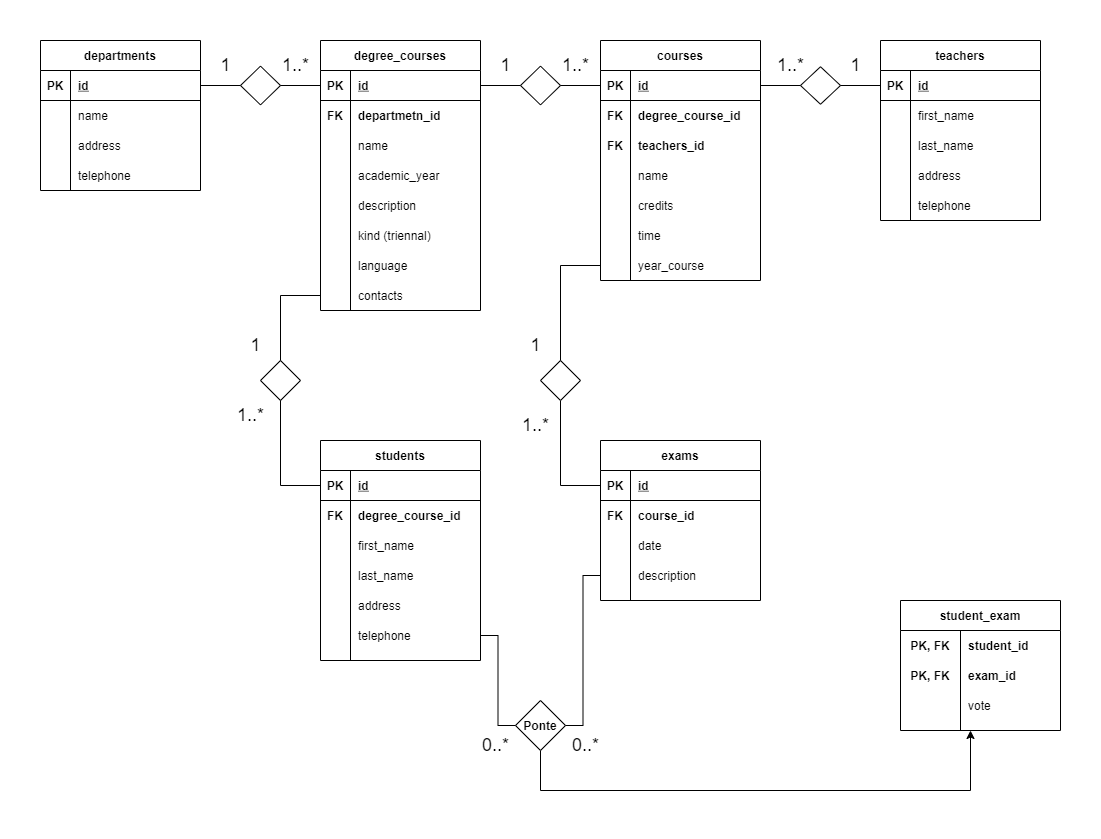
The draw.io diagram diagramma.png in MascarBone/db-university, before a commit. Source tidied: cells renumbered, new cells last; positions are measured from the earlier drawing's top-left corner, leaving out a move shared by most shapes.
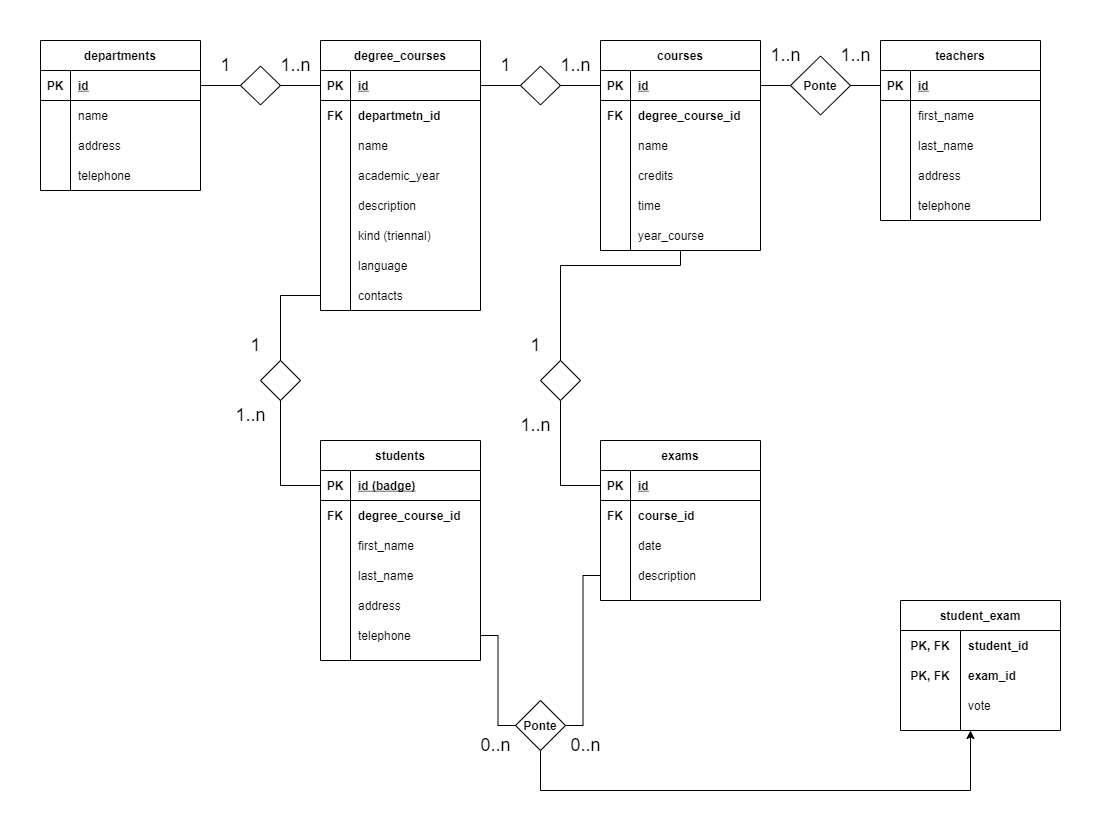
Above is the later version.

Commit message:
img update and txt queries

Diff of the diagram source:
```diff
@@ -117,7 +117,7 @@
       <mxGeometry x="30" width="130" height="30" as="geometry" />
     </mxCell>
     <mxCell id="40" value="courses" style="shape=table;startSize=30;rowLines=0;fontStyle=1;align=center;" parent="1" vertex="1">
-      <mxGeometry x="560" width="160" height="240" as="geometry" />
+      <mxGeometry x="560" width="160" height="210" as="geometry" />
     </mxCell>
     <mxCell id="41" style="shape=partialRectangle;fillColor=none;top=0;left=0;bottom=1;right=0;points=[[0,0.5],[1,0.5]];portConstraint=eastwest;" parent="40" vertex="1">
       <mxGeometry y="30" width="160" height="30" as="geometry" />
@@ -137,17 +137,8 @@
     <mxCell id="46" value="degree_course_id" style="shape=partialRectangle;fillColor=none;top=0;left=0;bottom=0;right=0;align=left;spacingLeft=6;overflow=hidden;fontStyle=1;" parent="44" vertex="1">
       <mxGeometry x="30" width="130" height="30" as="geometry" />
     </mxCell>
-    <mxCell id="47" style="shape=partialRectangle;fillColor=none;top=0;left=0;bottom=0;right=0;" parent="40" vertex="1">
-      <mxGeometry y="90" width="160" height="30" as="geometry" />
-    </mxCell>
-    <mxCell id="48" value="FK" style="shape=partialRectangle;fillColor=none;top=0;left=0;bottom=0;right=0;overflow=hidden;fontStyle=1;" parent="47" vertex="1">
-      <mxGeometry width="30" height="30" as="geometry" />
-    </mxCell>
-    <mxCell id="49" value="teachers_id" style="shape=partialRectangle;fillColor=none;top=0;left=0;bottom=0;right=0;align=left;spacingLeft=6;overflow=hidden;fontStyle=1;" parent="47" vertex="1">
-      <mxGeometry x="30" width="130" height="30" as="geometry" />
-    </mxCell>
     <mxCell id="50" style="shape=partialRectangle;fillColor=none;top=0;left=0;bottom=0;right=0;" parent="40" vertex="1">
-      <mxGeometry y="120" width="160" height="30" as="geometry" />
+      <mxGeometry y="90" width="160" height="30" as="geometry" />
     </mxCell>
     <mxCell id="51" style="shape=partialRectangle;fillColor=none;top=0;left=0;bottom=0;right=0;overflow=hidden;" parent="50" vertex="1">
       <mxGeometry width="30" height="30" as="geometry" />
@@ -156,7 +147,7 @@
       <mxGeometry x="30" width="130" height="30" as="geometry" />
     </mxCell>
     <mxCell id="53" style="shape=partialRectangle;fillColor=none;top=0;left=0;bottom=0;right=0;" parent="40" vertex="1">
-      <mxGeometry y="150" width="160" height="30" as="geometry" />
+      <mxGeometry y="120" width="160" height="30" as="geometry" />
     </mxCell>
     <mxCell id="54" style="shape=partialRectangle;fillColor=none;top=0;left=0;bottom=0;right=0;overflow=hidden;" parent="53" vertex="1">
       <mxGeometry width="30" height="30" as="geometry" />
@@ -165,7 +156,7 @@
       <mxGeometry x="30" width="130" height="30" as="geometry" />
     </mxCell>
     <mxCell id="56" style="shape=partialRectangle;fillColor=none;top=0;left=0;bottom=0;right=0;" parent="40" vertex="1">
-      <mxGeometry y="180" width="160" height="30" as="geometry" />
+      <mxGeometry y="150" width="160" height="30" as="geometry" />
     </mxCell>
     <mxCell id="57" style="shape=partialRectangle;fillColor=none;top=0;left=0;bottom=0;right=0;overflow=hidden;" parent="56" vertex="1">
       <mxGeometry width="30" height="30" as="geometry" />
@@ -174,7 +165,7 @@
       <mxGeometry x="30" width="130" height="30" as="geometry" />
     </mxCell>
     <mxCell id="59" style="shape=partialRectangle;fillColor=none;top=0;left=0;bottom=0;right=0;points=[[0,0.5],[1,0.5]];portConstraint=eastwest;" parent="40" vertex="1">
-      <mxGeometry y="210" width="160" height="30" as="geometry" />
+      <mxGeometry y="180" width="160" height="30" as="geometry" />
     </mxCell>
     <mxCell id="60" style="shape=partialRectangle;fillColor=none;top=0;left=0;bottom=0;right=0;overflow=hidden;" parent="59" vertex="1">
       <mxGeometry width="30" height="30" as="geometry" />
@@ -194,8 +185,8 @@
     <mxCell id="65" value="1" style="text;html=1;align=center;verticalAlign=middle;strokeColor=none;fillColor=none;fontSize=18;" parent="1" vertex="1">
       <mxGeometry x="170" y="10" width="30" height="30" as="geometry" />
     </mxCell>
-    <mxCell id="66" value="1..*" style="text;html=1;align=center;verticalAlign=middle;strokeColor=none;fillColor=none;fontSize=18;" parent="1" vertex="1">
-      <mxGeometry x="235" y="10" width="40" height="30" as="geometry" />
+    <mxCell id="66" value="1..n" style="text;html=1;align=center;verticalAlign=middle;strokeColor=none;fillColor=none;fontSize=18;" parent="1" vertex="1">
+      <mxGeometry x="230" y="10" width="50" height="30" as="geometry" />
     </mxCell>
     <mxCell id="67" style="shape=rhombus;perimeter=rhombusPerimeter;whiteSpace=wrap;html=1;align=center;" parent="1" vertex="1">
       <mxGeometry x="480" y="25.6" width="40" height="38.8" as="geometry" />
@@ -209,8 +200,8 @@
     <mxCell id="70" value="1" style="text;html=1;align=center;verticalAlign=middle;strokeColor=none;fillColor=none;fontSize=18;" parent="1" vertex="1">
       <mxGeometry x="450" y="10" width="30" height="30" as="geometry" />
     </mxCell>
-    <mxCell id="71" value="1..*" style="text;html=1;align=center;verticalAlign=middle;strokeColor=none;fillColor=none;fontSize=18;" parent="1" vertex="1">
-      <mxGeometry x="515" y="10" width="40" height="30" as="geometry" />
+    <mxCell id="71" value="1..n" style="text;html=1;align=center;verticalAlign=middle;strokeColor=none;fillColor=none;fontSize=18;" parent="1" vertex="1">
+      <mxGeometry x="510" y="10" width="50" height="30" as="geometry" />
     </mxCell>
     <mxCell id="72" value="teachers" style="shape=table;startSize=30;rowLines=0;fontStyle=1;align=center;fontSize=12;" parent="1" vertex="1">
       <mxGeometry x="840" width="160" height="180" as="geometry" />
@@ -260,8 +251,8 @@
     <mxCell id="87" value="telephone" style="shape=partialRectangle;fillColor=none;top=0;left=0;bottom=0;right=0;align=left;spacingLeft=6;overflow=hidden;fontSize=12;" parent="85" vertex="1">
       <mxGeometry x="30" width="130" height="30" as="geometry" />
     </mxCell>
-    <mxCell id="88" style="shape=rhombus;perimeter=rhombusPerimeter;whiteSpace=wrap;html=1;align=center;fontSize=12;" parent="1" vertex="1">
-      <mxGeometry x="760" y="26.2" width="40" height="37.5" as="geometry" />
+    <mxCell id="88" value="Ponte" style="shape=rhombus;perimeter=rhombusPerimeter;whiteSpace=wrap;html=1;align=center;fontSize=12;fontStyle=1;" parent="1" vertex="1">
+      <mxGeometry x="750" y="15.5" width="60" height="59" as="geometry" />
     </mxCell>
     <mxCell id="89" style="endArrow=none;html=1;rounded=0;fontSize=12;edgeStyle=orthogonalEdgeStyle;exitX=1;exitY=0.5;exitDx=0;exitDy=0;entryX=0;entryY=0.5;entryDx=0;entryDy=0;" parent="1" edge="1" source="41" target="88">
       <mxGeometry relative="1" as="geometry" />
@@ -269,11 +260,11 @@
     <mxCell id="90" style="endArrow=none;html=1;rounded=0;fontSize=12;edgeStyle=orthogonalEdgeStyle;exitX=1;exitY=0.5;exitDx=0;exitDy=0;entryX=0;entryY=0.5;entryDx=0;entryDy=0;" parent="1" edge="1" source="88" target="73">
       <mxGeometry relative="1" as="geometry" />
     </mxCell>
-    <mxCell id="91" value="1..*" style="text;html=1;align=center;verticalAlign=middle;strokeColor=none;fillColor=none;fontSize=18;" parent="1" vertex="1">
-      <mxGeometry x="730" y="10" width="40" height="30" as="geometry" />
+    <mxCell id="91" value="1..n" style="text;html=1;align=center;verticalAlign=middle;strokeColor=none;fillColor=none;fontSize=18;" parent="1" vertex="1">
+      <mxGeometry x="720" width="50" height="30" as="geometry" />
     </mxCell>
-    <mxCell id="92" value="1" style="text;html=1;align=center;verticalAlign=middle;strokeColor=none;fillColor=none;fontSize=18;" parent="1" vertex="1">
-      <mxGeometry x="800" y="10" width="30" height="30" as="geometry" />
+    <mxCell id="92" value="1..n" style="text;html=1;align=center;verticalAlign=middle;strokeColor=none;fillColor=none;fontSize=18;" parent="1" vertex="1">
+      <mxGeometry x="790" width="50" height="30" as="geometry" />
     </mxCell>
     <mxCell id="93" value="exams" style="shape=table;startSize=30;rowLines=0;fontStyle=1;align=center;fontSize=12;" parent="1" vertex="1">
       <mxGeometry x="560" y="400" width="160" height="160" as="geometry" />
@@ -334,8 +325,8 @@
     <mxCell id="109" value="1" style="text;html=1;align=center;verticalAlign=middle;strokeColor=none;fillColor=none;fontSize=18;" parent="1" vertex="1">
       <mxGeometry x="480" y="290" width="30" height="30" as="geometry" />
     </mxCell>
-    <mxCell id="110" value="1..*" style="text;html=1;align=center;verticalAlign=middle;strokeColor=none;fillColor=none;fontSize=18;" parent="1" vertex="1">
-      <mxGeometry x="475" y="370" width="40" height="30" as="geometry" />
+    <mxCell id="110" value="1..n" style="text;html=1;align=center;verticalAlign=middle;strokeColor=none;fillColor=none;fontSize=18;" parent="1" vertex="1">
+      <mxGeometry x="470" y="370" width="50" height="30" as="geometry" />
     </mxCell>
     <mxCell id="111" value="students" style="shape=table;startSize=30;rowLines=0;fontStyle=1;align=center;fontSize=12;" parent="1" vertex="1">
       <mxGeometry x="280" y="400" width="160" height="220" as="geometry" />
@@ -346,7 +337,7 @@
     <mxCell id="113" value="PK" style="shape=partialRectangle;fillColor=none;top=0;left=0;bottom=0;right=0;fontStyle=1;overflow=hidden;fontSize=12;" parent="112" vertex="1">
       <mxGeometry width="30" height="30" as="geometry" />
     </mxCell>
-    <mxCell id="114" value="id" style="shape=partialRectangle;fillColor=none;top=0;left=0;bottom=0;right=0;align=left;spacingLeft=6;fontStyle=5;overflow=hidden;fontSize=12;" parent="112" vertex="1">
+    <mxCell id="114" value="id (badge)" style="shape=partialRectangle;fillColor=none;top=0;left=0;bottom=0;right=0;align=left;spacingLeft=6;fontStyle=5;overflow=hidden;fontSize=12;" parent="112" vertex="1">
       <mxGeometry x="30" width="130" height="30" as="geometry" />
     </mxCell>
     <mxCell id="115" style="shape=partialRectangle;fillColor=none;top=0;left=0;bottom=0;right=0;fontSize=12;" parent="111" vertex="1">
@@ -414,8 +405,8 @@
     <mxCell id="133" value="1" style="text;html=1;align=center;verticalAlign=middle;strokeColor=none;fillColor=none;fontSize=18;" parent="1" vertex="1">
       <mxGeometry x="200" y="290" width="30" height="30" as="geometry" />
     </mxCell>
-    <mxCell id="134" value="1..*" style="text;html=1;align=center;verticalAlign=middle;strokeColor=none;fillColor=none;fontSize=18;" parent="1" vertex="1">
-      <mxGeometry x="190" y="360" width="40" height="30" as="geometry" />
+    <mxCell id="134" value="1..n" style="text;html=1;align=center;verticalAlign=middle;strokeColor=none;fillColor=none;fontSize=18;" parent="1" vertex="1">
+      <mxGeometry x="185" y="360" width="50" height="30" as="geometry" />
     </mxCell>
     <mxCell id="135" style="edgeStyle=orthogonalEdgeStyle;rounded=0;jettySize=auto;html=1;" parent="1" edge="1" source="136" target="141">
       <mxGeometry relative="1" as="geometry">
@@ -434,11 +425,11 @@
     <mxCell id="138" style="endArrow=none;html=1;rounded=0;edgeStyle=orthogonalEdgeStyle;entryX=1;entryY=0.5;entryDx=0;entryDy=0;exitX=0;exitY=0.5;exitDx=0;exitDy=0;" parent="1" edge="1" source="103" target="136">
       <mxGeometry relative="1" as="geometry" />
     </mxCell>
-    <mxCell id="139" value="0..*" style="text;html=1;align=center;verticalAlign=middle;strokeColor=none;fillColor=none;fontSize=18;" parent="1" vertex="1">
-      <mxGeometry x="525" y="690" width="40" height="30" as="geometry" />
+    <mxCell id="139" value="0..n" style="text;html=1;align=center;verticalAlign=middle;strokeColor=none;fillColor=none;fontSize=18;" parent="1" vertex="1">
+      <mxGeometry x="520" y="690" width="50" height="30" as="geometry" />
     </mxCell>
-    <mxCell id="140" value="0..*" style="text;html=1;align=center;verticalAlign=middle;strokeColor=none;fillColor=none;fontSize=18;" parent="1" vertex="1">
-      <mxGeometry x="435" y="690" width="40" height="30" as="geometry" />
+    <mxCell id="140" value="0..n" style="text;html=1;align=center;verticalAlign=middle;strokeColor=none;fillColor=none;fontSize=18;" parent="1" vertex="1">
+      <mxGeometry x="430" y="690" width="50" height="30" as="geometry" />
     </mxCell>
     <mxCell id="141" value="student_exam" style="shape=table;startSize=30;rowLines=0;fontStyle=1;align=center;" parent="1" vertex="1">
       <mxGeometry x="860" y="560" width="160" height="130" as="geometry" />
```
